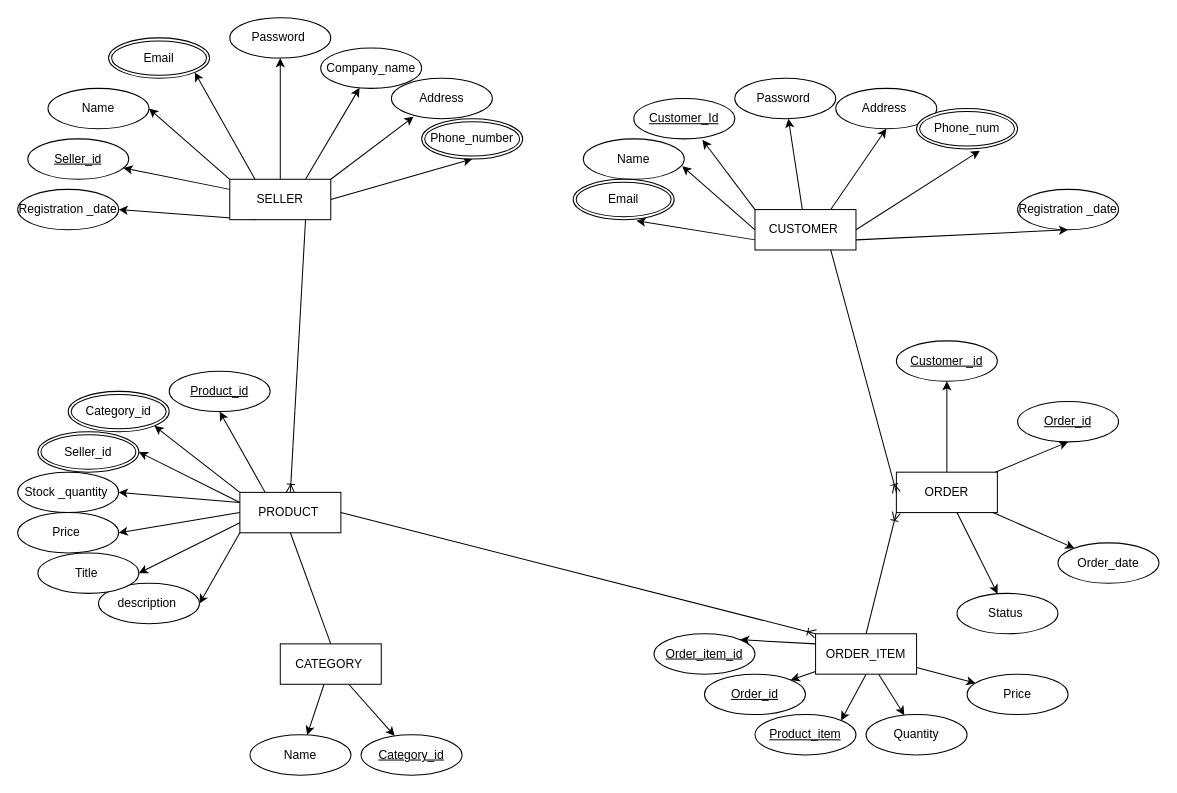
This is oroject.drawio from eslaim/System-Analysis-Project, a draw.io file, before an edit. Source tidied: cells renumbered, new cells numbered last; positions are measured from the earlier drawing's top-left corner, leaving out a move shared by most shapes. Both pictures are drawn from the tidied source at 101%, with x=0, y=0 at pixel (17, 17).
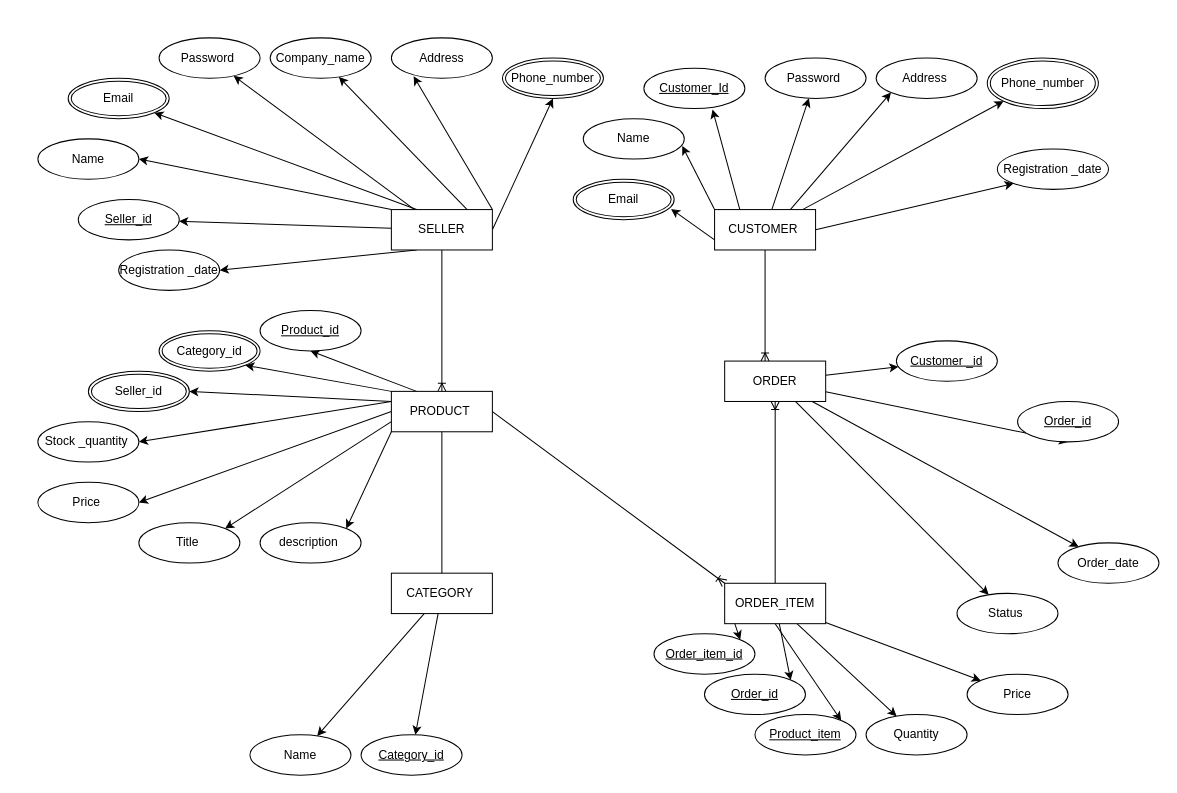
After the change.

Unchanged cells that the change refers to:
```xml
<mxCell id="19" value="Email" style="ellipse;shape=doubleEllipse;margin=3;whiteSpace=wrap;html=1;align=center;" parent="1" vertex="1">
  <mxGeometry x="550" y="160" width="100" height="40" as="geometry" />
</mxCell>
```

Change to the diagram source:
```diff
@@
-    <mxCell id="3" style="rounded=0;jettySize=auto;html=1;exitX=0.75;exitY=0;exitDx=0;exitDy=0;entryX=0.5;entryY=1;entryDx=0;entryDy=0;" parent="1" edge="1" source="4" target="7">
+    <mxCell id="3" style="rounded=0;jettySize=auto;html=1;exitX=0.75;exitY=0;exitDx=0;exitDy=0;entryX=0;entryY=1;entryDx=0;entryDy=0;" parent="1" edge="1" source="4" target="7">
       <mxGeometry relative="1" as="geometry" />
     </mxCell>
     <mxCell id="4" value="CUSTOMER&amp;nbsp;" style="whiteSpace=wrap;html=1;align=center;" parent="1" vertex="1">
-      <mxGeometry x="730" y="190" width="100" height="40" as="geometry" />
+      <mxGeometry x="690" y="190" width="100" height="40" as="geometry" />
     </mxCell>
     <mxCell id="5" value="Customer_Id" style="ellipse;whiteSpace=wrap;html=1;align=center;fontStyle=4;" parent="1" vertex="1">
-      <mxGeometry x="610" y="80" width="100" height="40" as="geometry" />
+      <mxGeometry x="620" y="50" width="100" height="40" as="geometry" />
     </mxCell>
     <mxCell id="6" value="Password&amp;nbsp;" style="ellipse;whiteSpace=wrap;html=1;align=center;" parent="1" vertex="1">
-      <mxGeometry x="710" y="60" width="100" height="40" as="geometry" />
+      <mxGeometry x="740" y="40" width="100" height="40" as="geometry" />
     </mxCell>
     <mxCell id="7" value="Address&amp;nbsp;" style="ellipse;whiteSpace=wrap;html=1;align=center;" parent="1" vertex="1">
-      <mxGeometry x="810" y="70" width="100" height="40" as="geometry" />
+      <mxGeometry x="850" y="40" width="100" height="40" as="geometry" />
     </mxCell>
     <mxCell id="8" value="Registration _date" style="ellipse;whiteSpace=wrap;html=1;align=center;" parent="1" vertex="1">
-      <mxGeometry x="990" y="170" width="100" height="40" as="geometry" />
+      <mxGeometry x="970" y="130" width="110" height="40" as="geometry" />
     </mxCell>
     <mxCell id="9" value="Name" style="ellipse;whiteSpace=wrap;html=1;align=center;" parent="1" vertex="1">
-      <mxGeometry x="560" y="120" width="100" height="40" as="geometry" />
+      <mxGeometry x="560" y="100" width="100" height="40" as="geometry" />
     </mxCell>
-    <mxCell id="10" style="rounded=0;jettySize=auto;html=1;exitX=0;exitY=0.5;exitDx=0;exitDy=0;entryX=0.98;entryY=0.675;entryDx=0;entryDy=0;entryPerimeter=0;" parent="1" edge="1" source="4" target="9">
+    <mxCell id="10" style="rounded=0;jettySize=auto;html=1;exitX=0;exitY=0;exitDx=0;exitDy=0;entryX=0.98;entryY=0.675;entryDx=0;entryDy=0;entryPerimeter=0;" parent="1" edge="1" source="4" target="9">
       <mxGeometry relative="1" as="geometry" />
     </mxCell>
@@
     <mxCell id="15" value="ORDER" style="whiteSpace=wrap;html=1;align=center;direction=east;" parent="1" vertex="1">
-      <mxGeometry x="870" y="450" width="100" height="40" as="geometry" />
+      <mxGeometry x="700" y="340" width="100" height="40" as="geometry" />
     </mxCell>
@@
-    <mxCell id="20" value="Phone_num" style="ellipse;shape=doubleEllipse;margin=3;whiteSpace=wrap;html=1;align=center;" parent="1" vertex="1">
-      <mxGeometry x="890" y="90" width="100" height="40" as="geometry" />
+    <mxCell id="20" value="Phone_number" style="ellipse;shape=doubleEllipse;margin=3;whiteSpace=wrap;html=1;align=center;" parent="1" vertex="1">
+      <mxGeometry x="960" y="40" width="110" height="50" as="geometry" />
     </mxCell>
-    <mxCell id="21" style="fontSize=12;html=1;endArrow=ERoneToMany;rounded=0;exitX=0.75;exitY=1;exitDx=0;exitDy=0;entryX=0;entryY=0.5;entryDx=0;entryDy=0;" parent="1" edge="1" source="4" target="15">
-      <mxGeometry relative="1" as="geometry" />
+    <mxCell id="21" style="fontSize=12;html=1;endArrow=ERoneToMany;rounded=0;exitX=0.5;exitY=1;exitDx=0;exitDy=0;" parent="1" edge="1" source="4">
+      <mxGeometry relative="1" as="geometry">
+        <mxPoint x="740" y="340" as="targetPoint" />
+      </mxGeometry>
     </mxCell>
@@
     <mxCell id="30" value="SELLER" style="whiteSpace=wrap;html=1;align=center;" parent="1" vertex="1">
-      <mxGeometry x="210" y="160" width="100" height="40" as="geometry" />
+      <mxGeometry x="370" y="190" width="100" height="40" as="geometry" />
     </mxCell>
     <mxCell id="31" value="Password&amp;nbsp;" style="ellipse;whiteSpace=wrap;html=1;align=center;" parent="1" vertex="1">
-      <mxGeometry x="210" width="100" height="40" as="geometry" />
+      <mxGeometry x="140" y="20" width="100" height="40" as="geometry" />
     </mxCell>
     <mxCell id="32" value="Company_name" style="ellipse;whiteSpace=wrap;html=1;align=center;" parent="1" vertex="1">
-      <mxGeometry x="300" y="30" width="100" height="40" as="geometry" />
+      <mxGeometry x="250" y="20" width="100" height="40" as="geometry" />
     </mxCell>
     <mxCell id="33" value="Email" style="whiteSpace=wrap;html=1;align=center;shape=doubleEllipse;perimeter=ellipsePerimeter;margin=3;" parent="1" vertex="1">
-      <mxGeometry x="90" y="20" width="100" height="40" as="geometry" />
+      <mxGeometry x="50" y="60" width="100" height="40" as="geometry" />
     </mxCell>
     <mxCell id="34" value="Registration _date" style="ellipse;whiteSpace=wrap;html=1;align=center;" parent="1" vertex="1">
-      <mxGeometry y="170" width="100" height="40" as="geometry" />
+      <mxGeometry x="100" y="230" width="100" height="40" as="geometry" />
     </mxCell>
     <mxCell id="35" value="Name" style="ellipse;whiteSpace=wrap;html=1;align=center;" parent="1" vertex="1">
-      <mxGeometry x="30" y="70" width="100" height="40" as="geometry" />
+      <mxGeometry x="20" y="120" width="100" height="40" as="geometry" />
     </mxCell>
     <mxCell id="36" value="Address" style="ellipse;whiteSpace=wrap;html=1;align=center;" parent="1" vertex="1">
-      <mxGeometry x="370" y="60" width="100" height="40" as="geometry" />
+      <mxGeometry x="370" y="20" width="100" height="40" as="geometry" />
     </mxCell>
     <mxCell id="37" value="Phone_number" style="whiteSpace=wrap;html=1;align=center;shape=doubleEllipse;perimeter=ellipsePerimeter;margin=3;" parent="1" vertex="1">
-      <mxGeometry x="400" y="100" width="100" height="40" as="geometry" />
+      <mxGeometry x="480" y="40" width="100" height="40" as="geometry" />
     </mxCell>
     <mxCell id="38" value="Seller_id" style="ellipse;whiteSpace=wrap;html=1;align=center;fontStyle=4;" parent="1" vertex="1">
-      <mxGeometry x="10" y="120" width="100" height="40" as="geometry" />
+      <mxGeometry x="60" y="180" width="100" height="40" as="geometry" />
     </mxCell>
-    <mxCell id="39" style="fontSize=12;html=1;endArrow=ERoneToMany;rounded=0;exitX=0.75;exitY=1;exitDx=0;exitDy=0;entryX=0.5;entryY=0;entryDx=0;entryDy=0;" parent="1" edge="1" source="30" target="47">
+    <mxCell id="39" style="fontSize=12;html=1;endArrow=ERoneToMany;rounded=0;exitX=0.5;exitY=1;exitDx=0;exitDy=0;entryX=0.5;entryY=0;entryDx=0;entryDy=0;" parent="1" edge="1" source="30" target="47">
       <mxGeometry relative="1" as="geometry" />
     </mxCell>
@@
-    <mxCell id="45" style="rounded=0;jettySize=auto;html=1;exitX=0;exitY=0.75;exitDx=0;exitDy=0;entryX=1;entryY=0.5;entryDx=0;entryDy=0;" parent="1" edge="1" source="47" target="53">
+    <mxCell id="45" style="rounded=0;jettySize=auto;html=1;exitX=0;exitY=0.75;exitDx=0;exitDy=0;entryX=1;entryY=0;entryDx=0;entryDy=0;" parent="1" edge="1" source="47" target="53">
       <mxGeometry relative="1" as="geometry" />
     </mxCell>
-    <mxCell id="46" style="rounded=0;jettySize=auto;html=1;exitX=0;exitY=1;exitDx=0;exitDy=0;entryX=1;entryY=0.5;entryDx=0;entryDy=0;" parent="1" edge="1" source="47" target="52">
+    <mxCell id="46" style="rounded=0;jettySize=auto;html=1;exitX=0;exitY=1;exitDx=0;exitDy=0;entryX=1;entryY=0;entryDx=0;entryDy=0;" parent="1" edge="1" source="47" target="52">
       <mxGeometry relative="1" as="geometry" />
     </mxCell>
     <mxCell id="47" value="PRODUCT&amp;nbsp;" style="whiteSpace=wrap;html=1;align=center;" parent="1" vertex="1">
-      <mxGeometry x="220" y="470" width="100" height="40" as="geometry" />
+      <mxGeometry x="370" y="370" width="100" height="40" as="geometry" />
     </mxCell>
     <mxCell id="48" value="Category_id" style="whiteSpace=wrap;html=1;align=center;shape=doubleEllipse;perimeter=ellipsePerimeter;margin=3;" parent="1" vertex="1">
-      <mxGeometry x="50" y="370" width="100" height="40" as="geometry" />
+      <mxGeometry x="140" y="310" width="100" height="40" as="geometry" />
     </mxCell>
     <mxCell id="49" value="Seller_id" style="whiteSpace=wrap;html=1;align=center;shape=doubleEllipse;perimeter=ellipsePerimeter;margin=3;" parent="1" vertex="1">
-      <mxGeometry x="20" y="410" width="100" height="40" as="geometry" />
+      <mxGeometry x="70" y="350" width="100" height="40" as="geometry" />
     </mxCell>
     <mxCell id="50" value="Stock _quantity&amp;nbsp;" style="ellipse;whiteSpace=wrap;html=1;align=center;" parent="1" vertex="1">
-      <mxGeometry y="450" width="100" height="40" as="geometry" />
+      <mxGeometry x="20" y="400" width="100" height="40" as="geometry" />
     </mxCell>
     <mxCell id="51" value="Price&amp;nbsp;" style="ellipse;whiteSpace=wrap;html=1;align=center;" parent="1" vertex="1">
-      <mxGeometry y="490" width="100" height="40" as="geometry" />
+      <mxGeometry x="20" y="460" width="100" height="40" as="geometry" />
     </mxCell>
     <mxCell id="52" value="description&amp;nbsp;" style="ellipse;whiteSpace=wrap;html=1;align=center;" parent="1" vertex="1">
-      <mxGeometry x="80" y="560" width="100" height="40" as="geometry" />
+      <mxGeometry x="240" y="500" width="100" height="40" as="geometry" />
     </mxCell>
     <mxCell id="53" value="Title&amp;nbsp;" style="ellipse;whiteSpace=wrap;html=1;align=center;" parent="1" vertex="1">
-      <mxGeometry x="20" y="530" width="100" height="40" as="geometry" />
+      <mxGeometry x="120" y="500" width="100" height="40" as="geometry" />
     </mxCell>
     <mxCell id="54" value="Product_id" style="ellipse;whiteSpace=wrap;html=1;align=center;fontStyle=4;" parent="1" vertex="1">
-      <mxGeometry x="150" y="350" width="100" height="40" as="geometry" />
+      <mxGeometry x="240" y="290" width="100" height="40" as="geometry" />
     </mxCell>
@@
     <mxCell id="57" value="CATEGORY&amp;nbsp;" style="whiteSpace=wrap;html=1;align=center;" parent="1" vertex="1">
-      <mxGeometry x="260" y="620" width="100" height="40" as="geometry" />
+      <mxGeometry x="370" y="550" width="100" height="40" as="geometry" />
     </mxCell>
@@
     <mxCell id="66" value="ORDER_ITEM" style="whiteSpace=wrap;html=1;align=center;" parent="1" vertex="1">
-      <mxGeometry x="790" y="610" width="100" height="40" as="geometry" />
+      <mxGeometry x="700" y="560" width="100" height="40" as="geometry" />
     </mxCell>
@@
-    <mxCell id="72" style="fontSize=12;html=1;endArrow=ERoneToMany;rounded=0;exitX=0.5;exitY=0;exitDx=0;exitDy=0;entryX=0;entryY=1;entryDx=0;entryDy=0;" parent="1" edge="1" source="66" target="15">
+    <mxCell id="72" style="fontSize=12;html=1;endArrow=ERoneToMany;rounded=0;exitX=0.5;exitY=0;exitDx=0;exitDy=0;entryX=0.5;entryY=1;entryDx=0;entryDy=0;" parent="1" edge="1" source="66" target="15">
       <mxGeometry relative="1" as="geometry" />
     </mxCell>
@@
-    <mxCell id="75" style="rounded=0;jettySize=auto;html=1;exitX=0;exitY=0;exitDx=0;exitDy=0;entryX=0.68;entryY=1.025;entryDx=0;entryDy=0;entryPerimeter=0;" parent="1" edge="1" source="4" target="5">
+    <mxCell id="75" style="rounded=0;jettySize=auto;html=1;exitX=0.25;exitY=0;exitDx=0;exitDy=0;entryX=0.68;entryY=1.025;entryDx=0;entryDy=0;entryPerimeter=0;" parent="1" edge="1" source="4" target="5">
       <mxGeometry relative="1" as="geometry" />
     </mxCell>
-    <mxCell id="76" style="rounded=0;jettySize=auto;html=1;exitX=1;exitY=0.5;exitDx=0;exitDy=0;entryX=0.627;entryY=1.042;entryDx=0;entryDy=0;entryPerimeter=0;" parent="1" edge="1" source="4" target="20">
+    <mxCell id="76" style="rounded=0;jettySize=auto;html=1;entryX=0;entryY=1;entryDx=0;entryDy=0;" parent="1" edge="1" source="4" target="20">
       <mxGeometry relative="1" as="geometry" />
     </mxCell>
-    <mxCell id="77" style="rounded=0;jettySize=auto;html=1;exitX=0;exitY=0.75;exitDx=0;exitDy=0;entryX=0.627;entryY=1.025;entryDx=0;entryDy=0;entryPerimeter=0;" parent="1" edge="1" source="4" target="19">
+    <mxCell id="77" style="rounded=0;jettySize=auto;html=1;exitX=0;exitY=0.75;exitDx=0;exitDy=0;entryX=0.969;entryY=0.735;entryDx=0;entryDy=0;entryPerimeter=0;" parent="1" edge="1" source="4" target="19">
       <mxGeometry relative="1" as="geometry" />
     </mxCell>
-    <mxCell id="78" style="rounded=0;jettySize=auto;html=1;exitX=1;exitY=0.5;exitDx=0;exitDy=0;entryX=0.5;entryY=1;entryDx=0;entryDy=0;" parent="1" edge="1" target="8">
-      <mxGeometry relative="1" as="geometry">
-        <mxPoint x="830" y="220" as="sourcePoint" />
-      </mxGeometry>
+    <mxCell id="78" style="rounded=0;jettySize=auto;html=1;exitX=1;exitY=0.5;exitDx=0;exitDy=0;entryX=0;entryY=1;entryDx=0;entryDy=0;" parent="1" edge="1" source="4" target="8">
+      <mxGeometry relative="1" as="geometry" />
     </mxCell>
```
